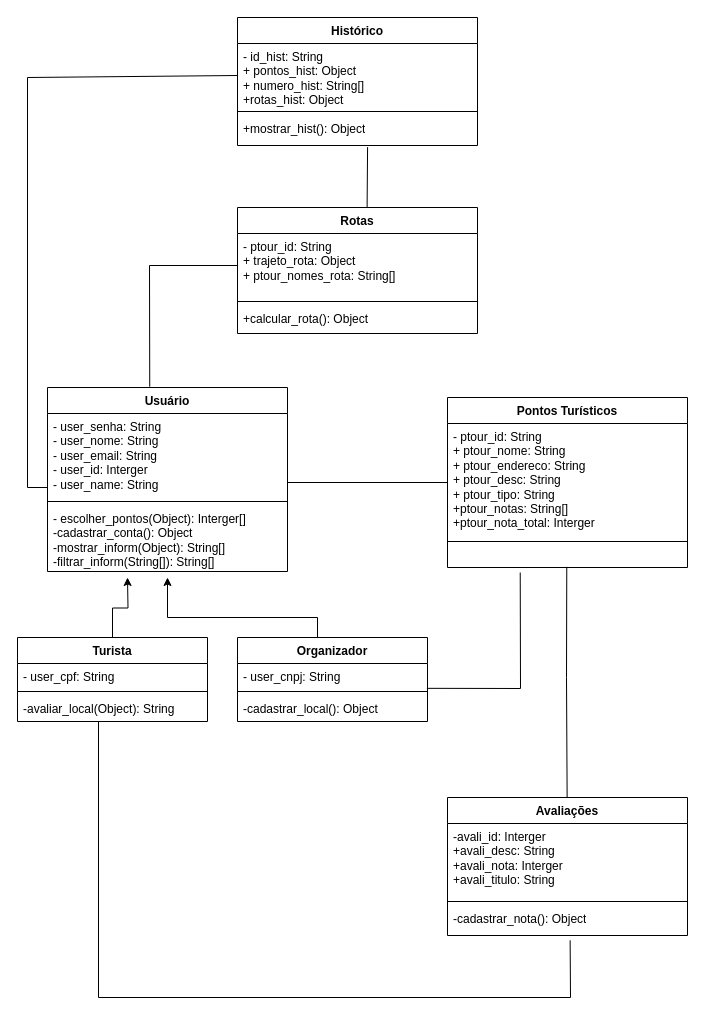
END-the/ewrerwewr keeps this draw.io diagram as UML_ver01.drawio. Above is the earlier version. Source tidied: cells renumbered, new cells numbered last; positions are measured from the earlier drawing's top-left corner, leaving out a move shared by most shapes. Both pictures are drawn from the tidied source at 100%, with x=0, y=0 at pixel (17, 17).
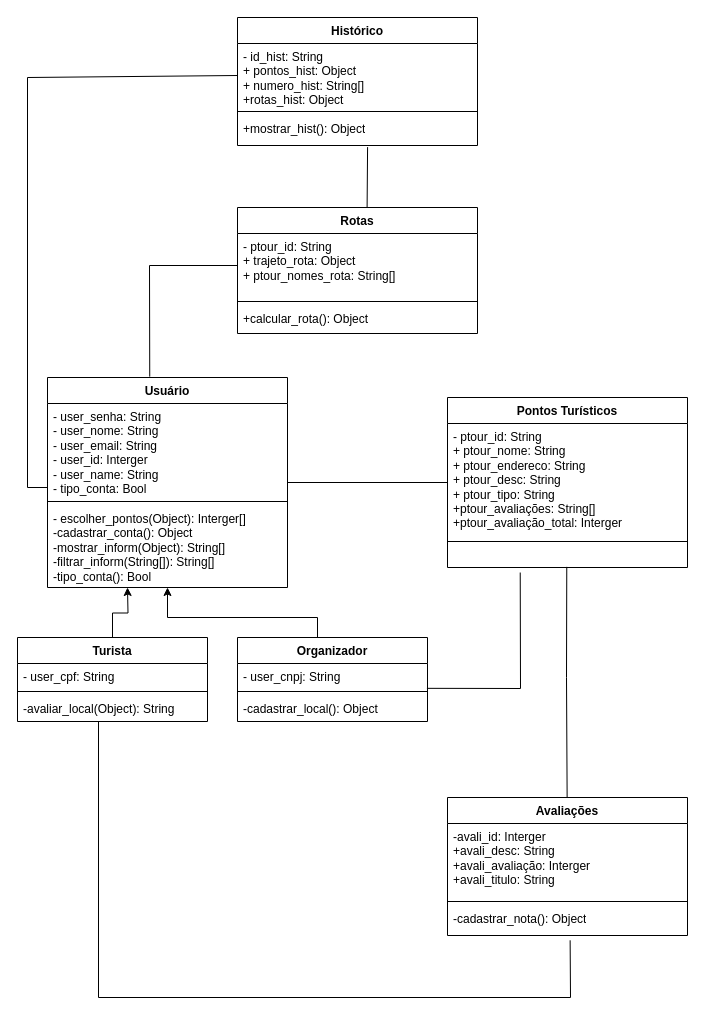
Above is the later version.

Unchanged cells that the change refers to:
```xml
<mxCell id="7" value="Turista" style="swimlane;fontStyle=1;align=center;verticalAlign=top;horizontal=1;startSize=26;whiteSpace=wrap;html=1;" parent="1" vertex="1">
  <mxGeometry y="620" width="190" height="84" as="geometry" />
</mxCell>
<mxCell id="12" value="Organizador" style="swimlane;fontStyle=1;align=center;verticalAlign=top;horizontal=1;startSize=26;whiteSpace=wrap;html=1;" parent="1" vertex="1">
  <mxGeometry x="220" y="620" width="190" height="84" as="geometry" />
</mxCell>
<mxCell id="16" value="Pontos Turísticos" style="swimlane;fontStyle=1;align=center;verticalAlign=top;horizontal=1;startSize=26;whiteSpace=wrap;html=1;" parent="1" vertex="1">
  <mxGeometry x="430" y="380" width="240" height="170" as="geometry" />
</mxCell>
<mxCell id="21" value="Avaliações" style="swimlane;fontStyle=1;align=center;verticalAlign=top;horizontal=1;startSize=26;whiteSpace=wrap;html=1;" parent="1" vertex="1">
  <mxGeometry x="430" y="780" width="240" height="138" as="geometry" />
</mxCell>
```

What changed in the source:
```diff
@@
     <mxCell id="2" value="Usuário" style="swimlane;fontStyle=1;align=center;verticalAlign=top;horizontal=1;startSize=26;whiteSpace=wrap;html=1;" parent="1" vertex="1">
-      <mxGeometry x="30" y="370" width="240" height="184" as="geometry" />
+      <mxGeometry x="30" y="360" width="240" height="210" as="geometry" />
     </mxCell>
-    <mxCell id="3" value="- user_senha: String&lt;div&gt;- user_nome:&amp;nbsp;&lt;span style=&quot;background-color: initial;&quot;&gt;String&lt;/span&gt;&lt;br&gt;&lt;/div&gt;&lt;div&gt;- user_email: String&lt;/div&gt;&lt;div&gt;&lt;span style=&quot;background-color: initial;&quot;&gt;- user_id: Interger&lt;/span&gt;&lt;/div&gt;&lt;div&gt;- user_name:&amp;nbsp;&lt;span style=&quot;background-color: initial;&quot;&gt;String&lt;/span&gt;&lt;/div&gt;" style="text;strokeColor=none;fillColor=none;align=left;verticalAlign=top;spacingLeft=4;spacingRight=4;overflow=hidden;whiteSpace=wrap;html=1;" parent="2" vertex="1">
-      <mxGeometry y="26" width="240" height="84" as="geometry" />
+    <mxCell id="3" value="- user_senha: String&lt;div&gt;- user_nome:&amp;nbsp;&lt;span style=&quot;background-color: initial;&quot;&gt;String&lt;/span&gt;&lt;br&gt;&lt;/div&gt;&lt;div&gt;- user_email: String&lt;/div&gt;&lt;div&gt;&lt;span style=&quot;background-color: initial;&quot;&gt;- user_id: Interger&lt;/span&gt;&lt;/div&gt;&lt;div&gt;- user_name:&amp;nbsp;&lt;span style=&quot;background-color: initial;&quot;&gt;String&lt;/span&gt;&lt;/div&gt;&lt;div&gt;&lt;span style=&quot;background-color: initial;&quot;&gt;- tipo_conta: Bool&lt;/span&gt;&lt;/div&gt;" style="text;strokeColor=none;fillColor=none;align=left;verticalAlign=top;spacingLeft=4;spacingRight=4;overflow=hidden;whiteSpace=wrap;html=1;" parent="2" vertex="1">
+      <mxGeometry y="26" width="240" height="94" as="geometry" />
     </mxCell>
     <mxCell id="4" style="line;strokeWidth=1;fillColor=none;align=left;verticalAlign=middle;spacingTop=-1;spacingLeft=3;spacingRight=3;labelPosition=right;strokeColor=inherit;" parent="2" vertex="1">
-      <mxGeometry y="110" width="240" height="8" as="geometry" />
+      <mxGeometry y="120" width="240" height="8" as="geometry" />
     </mxCell>
-    <mxCell id="5" value="- escolher_pontos(Object): Interger[]&lt;div&gt;-cadastrar_conta(): Object&lt;/div&gt;&lt;div&gt;-mostrar_inform(Object): String[]&lt;/div&gt;&lt;div&gt;-filtrar_inform(String[]): String[]&lt;/div&gt;&lt;div&gt;&lt;br&gt;&lt;/div&gt;" style="text;strokeColor=none;fillColor=none;align=left;verticalAlign=top;spacingLeft=4;spacingRight=4;overflow=hidden;whiteSpace=wrap;html=1;" parent="2" vertex="1">
-      <mxGeometry y="118" width="240" height="66" as="geometry" />
+    <mxCell id="5" value="- escolher_pontos(Object): Interger[]&lt;div&gt;-cadastrar_conta(): Object&lt;/div&gt;&lt;div&gt;-mostrar_inform(Object): String[]&lt;/div&gt;&lt;div&gt;-filtrar_inform(String[]): String[]&lt;/div&gt;&lt;div&gt;-tipo_conta(): Bool&lt;/div&gt;&lt;div&gt;&lt;br&gt;&lt;/div&gt;" style="text;strokeColor=none;fillColor=none;align=left;verticalAlign=top;spacingLeft=4;spacingRight=4;overflow=hidden;whiteSpace=wrap;html=1;" parent="2" vertex="1">
+      <mxGeometry y="128" width="240" height="82" as="geometry" />
     </mxCell>
     <mxCell id="6" style="edgeStyle=orthogonalEdgeStyle;rounded=0;jettySize=auto;html=1;" parent="1" edge="1" source="7">
       <mxGeometry relative="1" as="geometry">
-        <mxPoint x="110" y="560" as="targetPoint" />
+        <mxPoint x="110" y="570" as="targetPoint" />
       </mxGeometry>
     </mxCell>
@@
     <mxCell id="11" style="edgeStyle=orthogonalEdgeStyle;rounded=0;jettySize=auto;html=1;" parent="1" edge="1" source="12">
       <mxGeometry relative="1" as="geometry">
-        <mxPoint x="150" y="560" as="targetPoint" />
+        <mxPoint x="150" y="570" as="targetPoint" />
         <Array as="points">
           <mxPoint x="300" y="600" />
           <mxPoint x="150" y="600" />
         </Array>
       </mxGeometry>
     </mxCell>
@@
-    <mxCell id="15" value="-cadastrar_local(): Object" style="text;strokeColor=none;fillColor=none;align=left;verticalAlign=top;spacingLeft=4;spacingRight=4;overflow=hidden;whiteSpace=wrap;html=1;" parent="12" vertex="1">
+    <mxCell id="15" value="-cadastrar_local(): Object&lt;div&gt;&lt;br&gt;&lt;/div&gt;" style="text;strokeColor=none;fillColor=none;align=left;verticalAlign=top;spacingLeft=4;spacingRight=4;overflow=hidden;whiteSpace=wrap;html=1;" parent="12" vertex="1">
       <mxGeometry y="58" width="190" height="26" as="geometry" />
     </mxCell>
@@
-    <mxCell id="17" value="- ptour_id: String&lt;div&gt;+ ptour_nome:&amp;nbsp;&lt;span style=&quot;background-color: initial;&quot;&gt;String&lt;/span&gt;&lt;br&gt;&lt;/div&gt;&lt;div&gt;+ ptour_endereco: String&lt;/div&gt;&lt;div&gt;&lt;span style=&quot;background-color: initial;&quot;&gt;+ ptour_desc:&amp;nbsp;&lt;/span&gt;&lt;span style=&quot;background-color: initial;&quot;&gt;String&lt;/span&gt;&lt;/div&gt;&lt;div&gt;+ ptour_tipo:&amp;nbsp;&lt;span style=&quot;background-color: initial;&quot;&gt;String&lt;/span&gt;&lt;/div&gt;&lt;div&gt;&lt;span style=&quot;background-color: initial;&quot;&gt;+ptour_notas: String[]&lt;/span&gt;&lt;/div&gt;&lt;div&gt;+ptour_nota_total: Interger&lt;/div&gt;&lt;div&gt;&lt;span style=&quot;background-color: initial;&quot;&gt;&lt;br&gt;&lt;/span&gt;&lt;/div&gt;" style="text;strokeColor=none;fillColor=none;align=left;verticalAlign=top;spacingLeft=4;spacingRight=4;overflow=hidden;whiteSpace=wrap;html=1;" parent="16" vertex="1">
+    <mxCell id="17" value="- ptour_id: String&lt;div&gt;+ ptour_nome:&amp;nbsp;&lt;span style=&quot;background-color: initial;&quot;&gt;String&lt;/span&gt;&lt;br&gt;&lt;/div&gt;&lt;div&gt;+ ptour_endereco: String&lt;/div&gt;&lt;div&gt;&lt;span style=&quot;background-color: initial;&quot;&gt;+ ptour_desc:&amp;nbsp;&lt;/span&gt;&lt;span style=&quot;background-color: initial;&quot;&gt;String&lt;/span&gt;&lt;/div&gt;&lt;div&gt;+ ptour_tipo:&amp;nbsp;&lt;span style=&quot;background-color: initial;&quot;&gt;String&lt;/span&gt;&lt;/div&gt;&lt;div&gt;&lt;span style=&quot;background-color: initial;&quot;&gt;+ptour_avaliações: String[]&lt;/span&gt;&lt;/div&gt;&lt;div&gt;+ptour_avaliação_total: Interger&lt;/div&gt;&lt;div&gt;&lt;span style=&quot;background-color: initial;&quot;&gt;&lt;br&gt;&lt;/span&gt;&lt;/div&gt;" style="text;strokeColor=none;fillColor=none;align=left;verticalAlign=top;spacingLeft=4;spacingRight=4;overflow=hidden;whiteSpace=wrap;html=1;" parent="16" vertex="1">
       <mxGeometry y="26" width="240" height="114" as="geometry" />
     </mxCell>
@@
-    <mxCell id="22" value="&lt;div&gt;&lt;span style=&quot;background-color: initial;&quot;&gt;-avali_id: Interger&lt;/span&gt;&lt;/div&gt;&lt;div&gt;+avali_desc: String&lt;span style=&quot;background-color: initial;&quot;&gt;&lt;br&gt;&lt;/span&gt;&lt;/div&gt;&lt;div&gt;+avali_nota:&amp;nbsp;&lt;span style=&quot;background-color: initial;&quot;&gt;Interger&lt;/span&gt;&lt;br&gt;&lt;/div&gt;&lt;div&gt;+avali_titulo:&amp;nbsp;&lt;span style=&quot;background-color: initial;&quot;&gt;String&lt;/span&gt;&lt;br&gt;&lt;/div&gt;" style="text;strokeColor=none;fillColor=none;align=left;verticalAlign=top;spacingLeft=4;spacingRight=4;overflow=hidden;whiteSpace=wrap;html=1;" parent="21" vertex="1">
+    <mxCell id="22" value="&lt;div&gt;&lt;span style=&quot;background-color: initial;&quot;&gt;-avali_id: Interger&lt;/span&gt;&lt;/div&gt;&lt;div&gt;+avali_desc: String&lt;span style=&quot;background-color: initial;&quot;&gt;&lt;br&gt;&lt;/span&gt;&lt;/div&gt;&lt;div&gt;+avali_avaliação:&amp;nbsp;&lt;span style=&quot;background-color: initial;&quot;&gt;Interger&lt;/span&gt;&lt;br&gt;&lt;/div&gt;&lt;div&gt;+avali_titulo:&amp;nbsp;&lt;span style=&quot;background-color: initial;&quot;&gt;String&lt;/span&gt;&lt;br&gt;&lt;/div&gt;" style="text;strokeColor=none;fillColor=none;align=left;verticalAlign=top;spacingLeft=4;spacingRight=4;overflow=hidden;whiteSpace=wrap;html=1;" parent="21" vertex="1">
       <mxGeometry y="26" width="240" height="74" as="geometry" />
     </mxCell>
```
